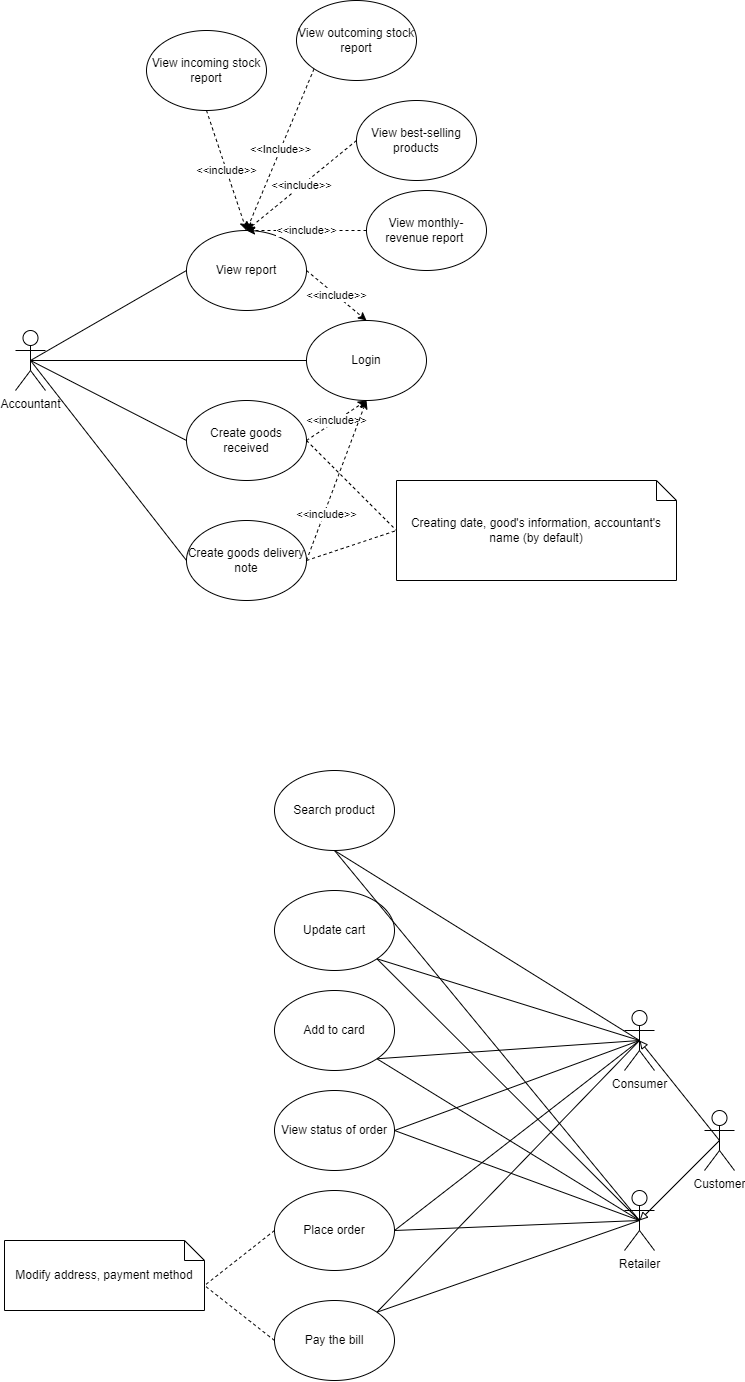
The draw.io diagram Use case diagram.drawio.png in npptGithub/software-engineering-finalproject, before a commit. Source tidied: cells renumbered, new cells last; positions are measured from the earlier drawing's top-left corner, leaving out a move shared by most shapes.
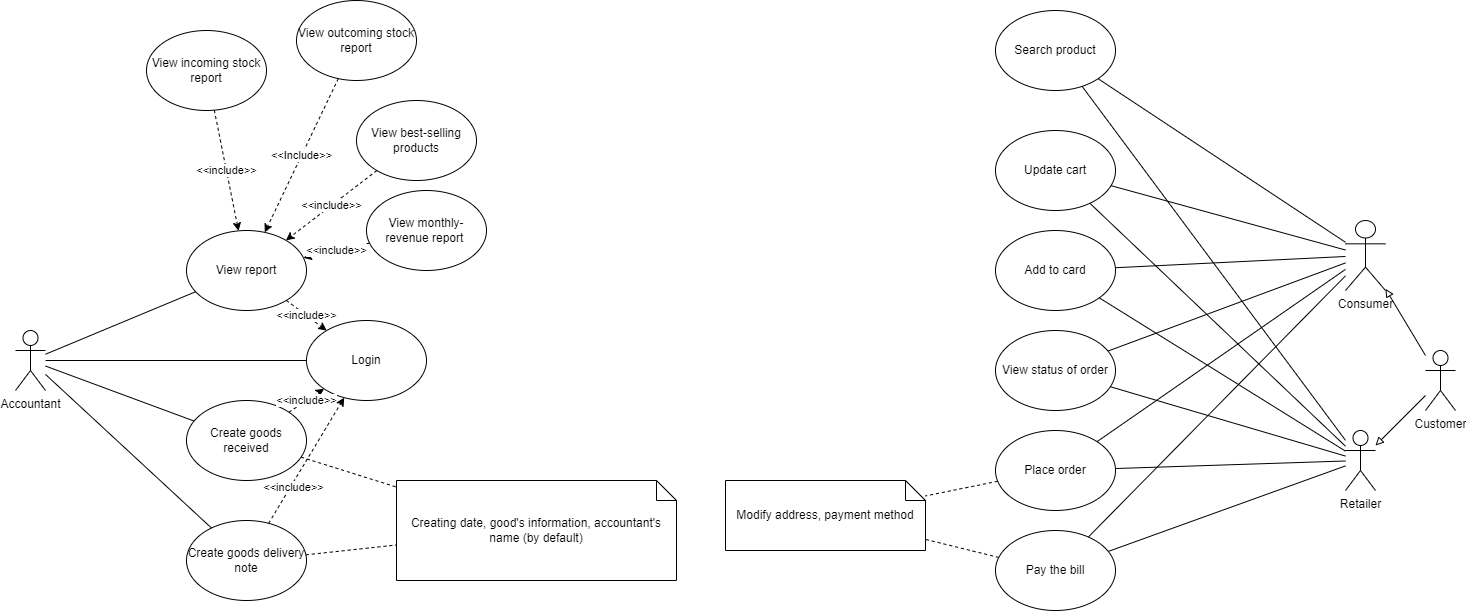
The same file after the commit.

The edit, as a diff of the source:
```diff
@@ -17,19 +17,19 @@
     <mxCell id="6" value="Create goods delivery note" style="ellipse;whiteSpace=wrap;html=1;" parent="1" vertex="1">
       <mxGeometry x="182" y="520" width="120" height="80" as="geometry" />
     </mxCell>
-    <mxCell id="7" style="endArrow=none;html=1;rounded=0;exitX=0.5;exitY=0.5;exitDx=0;exitDy=0;exitPerimeter=0;entryX=0;entryY=0.5;entryDx=0;entryDy=0;endFill=0;" parent="1" edge="1" source="2" target="3">
+    <mxCell id="7" style="endArrow=none;html=1;rounded=0;endFill=0;" parent="1" edge="1" source="2" target="3">
       <mxGeometry relative="1" as="geometry" />
     </mxCell>
-    <mxCell id="8" style="endArrow=none;html=1;rounded=0;exitX=0.5;exitY=0.5;exitDx=0;exitDy=0;exitPerimeter=0;entryX=0;entryY=0.5;entryDx=0;entryDy=0;endFill=0;" parent="1" edge="1" source="2" target="4">
+    <mxCell id="8" style="endArrow=none;html=1;rounded=0;endFill=0;" parent="1" edge="1" source="2" target="4">
       <mxGeometry relative="1" as="geometry" />
     </mxCell>
-    <mxCell id="9" style="endArrow=none;html=1;rounded=0;exitX=0.5;exitY=0.5;exitDx=0;exitDy=0;exitPerimeter=0;entryX=0;entryY=0.5;entryDx=0;entryDy=0;endFill=0;" parent="1" edge="1" source="2" target="5">
+    <mxCell id="9" style="endArrow=none;html=1;rounded=0;endFill=0;" parent="1" edge="1" source="2" target="5">
       <mxGeometry relative="1" as="geometry" />
     </mxCell>
-    <mxCell id="10" style="endArrow=none;html=1;rounded=0;exitX=0.5;exitY=0.5;exitDx=0;exitDy=0;exitPerimeter=0;entryX=0;entryY=0.5;entryDx=0;entryDy=0;endFill=0;" parent="1" edge="1" source="2" target="6">
+    <mxCell id="10" style="endArrow=none;html=1;rounded=0;endFill=0;" parent="1" edge="1" source="2" target="6">
       <mxGeometry relative="1" as="geometry" />
     </mxCell>
-    <mxCell id="11" value="&amp;lt;&amp;lt;include&amp;gt;&amp;gt;" style="endArrow=classic;html=1;rounded=0;entryX=0.5;entryY=0;entryDx=0;entryDy=0;exitX=0.5;exitY=1;exitDx=0;exitDy=0;dashed=1;" parent="1" edge="1" source="12" target="4">
+    <mxCell id="11" value="&amp;lt;&amp;lt;include&amp;gt;&amp;gt;" style="endArrow=classic;html=1;rounded=0;dashed=1;" parent="1" edge="1" source="12" target="4">
       <mxGeometry relative="1" as="geometry" />
     </mxCell>
     <mxCell id="12" value="View incoming stock report" style="ellipse;whiteSpace=wrap;html=1;" parent="1" vertex="1">
@@ -38,117 +38,117 @@
     <mxCell id="13" value="View outcoming stock report" style="ellipse;whiteSpace=wrap;html=1;" parent="1" vertex="1">
       <mxGeometry x="292" width="120" height="80" as="geometry" />
     </mxCell>
-    <mxCell id="14" value="&amp;lt;&amp;lt;Include&amp;gt;&amp;gt;" style="endArrow=classic;html=1;rounded=0;entryX=0.5;entryY=0;entryDx=0;entryDy=0;exitX=0;exitY=1;exitDx=0;exitDy=0;dashed=1;" parent="1" edge="1" source="13" target="4">
+    <mxCell id="14" value="&amp;lt;&amp;lt;Include&amp;gt;&amp;gt;" style="endArrow=classic;html=1;rounded=0;dashed=1;" parent="1" edge="1" source="13" target="4">
       <mxGeometry relative="1" as="geometry" />
     </mxCell>
     <mxCell id="15" value="View best-selling products" style="ellipse;whiteSpace=wrap;html=1;" parent="1" vertex="1">
       <mxGeometry x="352" y="100" width="120" height="80" as="geometry" />
     </mxCell>
-    <mxCell id="16" value="&amp;lt;&amp;lt;include&amp;gt;&amp;gt;" style="endArrow=classic;html=1;rounded=0;entryX=0.5;entryY=0;entryDx=0;entryDy=0;exitX=0;exitY=0.5;exitDx=0;exitDy=0;dashed=1;" parent="1" edge="1" source="15" target="4">
+    <mxCell id="16" value="&amp;lt;&amp;lt;include&amp;gt;&amp;gt;" style="endArrow=classic;html=1;rounded=0;dashed=1;" parent="1" edge="1" source="15" target="4">
       <mxGeometry relative="1" as="geometry" />
     </mxCell>
     <mxCell id="17" value="View monthly-revenue report&amp;nbsp;" style="ellipse;whiteSpace=wrap;html=1;" parent="1" vertex="1">
       <mxGeometry x="362" y="190" width="120" height="80" as="geometry" />
     </mxCell>
-    <mxCell id="18" value="&amp;lt;&amp;lt;include&amp;gt;&amp;gt;" style="endArrow=classic;html=1;rounded=0;entryX=0.5;entryY=0;entryDx=0;entryDy=0;exitX=0;exitY=0.5;exitDx=0;exitDy=0;dashed=1;" parent="1" edge="1" source="17" target="4">
+    <mxCell id="18" value="&amp;lt;&amp;lt;include&amp;gt;&amp;gt;" style="endArrow=classic;html=1;rounded=0;dashed=1;" parent="1" edge="1" source="17" target="4">
       <mxGeometry relative="1" as="geometry" />
     </mxCell>
-    <mxCell id="19" value="&amp;lt;&amp;lt;include&amp;gt;&amp;gt;" style="endArrow=classic;html=1;rounded=0;exitX=1;exitY=0.5;exitDx=0;exitDy=0;entryX=0.5;entryY=0;entryDx=0;entryDy=0;dashed=1;" parent="1" edge="1" source="4" target="3">
+    <mxCell id="19" value="&amp;lt;&amp;lt;include&amp;gt;&amp;gt;" style="endArrow=classic;html=1;rounded=0;dashed=1;" parent="1" edge="1" source="4" target="3">
       <mxGeometry relative="1" as="geometry" />
     </mxCell>
-    <mxCell id="20" value="&amp;lt;&amp;lt;include&amp;gt;&amp;gt;" style="endArrow=classic;html=1;rounded=0;entryX=0.5;entryY=1;entryDx=0;entryDy=0;exitX=1;exitY=0.5;exitDx=0;exitDy=0;dashed=1;" parent="1" edge="1" source="5" target="3">
+    <mxCell id="20" value="&amp;lt;&amp;lt;include&amp;gt;&amp;gt;" style="endArrow=classic;html=1;rounded=0;dashed=1;" parent="1" edge="1" source="5" target="3">
       <mxGeometry relative="1" as="geometry" />
     </mxCell>
-    <mxCell id="21" value="&amp;lt;&amp;lt;include&amp;gt;&amp;gt;" style="endArrow=classic;html=1;rounded=0;entryX=0.5;entryY=1;entryDx=0;entryDy=0;exitX=1;exitY=0.5;exitDx=0;exitDy=0;dashed=1;" parent="1" edge="1" source="6" target="3">
+    <mxCell id="21" value="&amp;lt;&amp;lt;include&amp;gt;&amp;gt;" style="endArrow=classic;html=1;rounded=0;dashed=1;" parent="1" edge="1" source="6" target="3">
       <mxGeometry x="-0.4" y="-2" relative="1" as="geometry">
         <mxPoint y="1" as="offset" />
       </mxGeometry>
     </mxCell>
     <mxCell id="22" value="Retailer" style="shape=umlActor;verticalLabelPosition=bottom;verticalAlign=top;html=1;outlineConnect=0;" parent="1" vertex="1">
-      <mxGeometry x="620" y="1190" width="30" height="60" as="geometry" />
+      <mxGeometry x="1341" y="430" width="30" height="60" as="geometry" />
     </mxCell>
     <mxCell id="23" value="Consumer" style="shape=umlActor;verticalLabelPosition=bottom;verticalAlign=top;html=1;outlineConnect=0;" parent="1" vertex="1">
-      <mxGeometry x="620" y="1010" width="30" height="60" as="geometry" />
+      <mxGeometry x="1341" y="220" width="40" height="70" as="geometry" />
     </mxCell>
-    <mxCell id="24" style="endArrow=none;html=1;rounded=0;entryX=1;entryY=1;entryDx=0;entryDy=0;exitX=0.5;exitY=0.5;exitDx=0;exitDy=0;exitPerimeter=0;endFill=0;" parent="1" edge="1" source="23" target="25">
+    <mxCell id="24" style="endArrow=none;html=1;rounded=0;endFill=0;" parent="1" edge="1" source="23" target="25">
       <mxGeometry relative="1" as="geometry" />
     </mxCell>
     <mxCell id="25" value="Add to card" style="ellipse;whiteSpace=wrap;html=1;" parent="1" vertex="1">
-      <mxGeometry x="270" y="990" width="120" height="80" as="geometry" />
+      <mxGeometry x="991" y="230" width="120" height="80" as="geometry" />
     </mxCell>
     <mxCell id="26" value="Search product" style="ellipse;whiteSpace=wrap;html=1;" parent="1" vertex="1">
-      <mxGeometry x="270" y="770" width="120" height="80" as="geometry" />
+      <mxGeometry x="991" y="10" width="120" height="80" as="geometry" />
     </mxCell>
     <mxCell id="27" value="Place order" style="ellipse;whiteSpace=wrap;html=1;" parent="1" vertex="1">
-      <mxGeometry x="270" y="1190" width="120" height="80" as="geometry" />
+      <mxGeometry x="991" y="430" width="120" height="80" as="geometry" />
     </mxCell>
     <mxCell id="28" value="Update cart" style="ellipse;whiteSpace=wrap;html=1;" parent="1" vertex="1">
-      <mxGeometry x="270" y="890" width="120" height="80" as="geometry" />
+      <mxGeometry x="991" y="130" width="120" height="80" as="geometry" />
     </mxCell>
-    <mxCell id="29" style="endArrow=none;html=1;rounded=0;entryX=1;entryY=0;entryDx=0;entryDy=0;exitX=0.5;exitY=0.5;exitDx=0;exitDy=0;exitPerimeter=0;endFill=0;" parent="1" edge="1" source="23" target="48">
+    <mxCell id="29" style="endArrow=none;html=1;rounded=0;endFill=0;" parent="1" edge="1" source="23" target="48">
       <mxGeometry relative="1" as="geometry" />
     </mxCell>
-    <mxCell id="30" style="endArrow=none;html=1;rounded=0;entryX=1;entryY=1;entryDx=0;entryDy=0;exitX=0.5;exitY=0.5;exitDx=0;exitDy=0;exitPerimeter=0;endFill=0;" parent="1" edge="1" source="23" target="28">
+    <mxCell id="30" style="endArrow=none;html=1;rounded=0;endFill=0;" parent="1" edge="1" source="23" target="28">
       <mxGeometry relative="1" as="geometry" />
     </mxCell>
-    <mxCell id="31" style="endArrow=none;html=1;rounded=0;entryX=1;entryY=0.5;entryDx=0;entryDy=0;exitX=0.5;exitY=0.5;exitDx=0;exitDy=0;exitPerimeter=0;endFill=0;" parent="1" edge="1" source="23" target="27">
+    <mxCell id="31" style="endArrow=none;html=1;rounded=0;endFill=0;" parent="1" edge="1" source="23" target="27">
       <mxGeometry relative="1" as="geometry" />
     </mxCell>
-    <mxCell id="32" style="endArrow=none;html=1;rounded=0;entryX=0.5;entryY=1;entryDx=0;entryDy=0;exitX=0.5;exitY=0.5;exitDx=0;exitDy=0;exitPerimeter=0;endFill=0;" parent="1" edge="1" source="23" target="26">
+    <mxCell id="32" style="endArrow=none;html=1;rounded=0;endFill=0;" parent="1" edge="1" source="23" target="26">
       <mxGeometry relative="1" as="geometry" />
     </mxCell>
     <mxCell id="33" value="View status of order" style="ellipse;whiteSpace=wrap;html=1;" parent="1" vertex="1">
-      <mxGeometry x="270" y="1090" width="120" height="80" as="geometry" />
+      <mxGeometry x="991" y="330" width="120" height="80" as="geometry" />
     </mxCell>
-    <mxCell id="34" style="endArrow=none;html=1;rounded=0;exitX=0.5;exitY=0.5;exitDx=0;exitDy=0;exitPerimeter=0;entryX=1;entryY=0.5;entryDx=0;entryDy=0;endFill=0;" parent="1" edge="1" source="23" target="33">
+    <mxCell id="34" style="endArrow=none;html=1;rounded=0;endFill=0;" parent="1" edge="1" source="23" target="33">
       <mxGeometry relative="1" as="geometry" />
     </mxCell>
     <mxCell id="35" value="Customer" style="shape=umlActor;verticalLabelPosition=bottom;verticalAlign=top;html=1;outlineConnect=0;" parent="1" vertex="1">
-      <mxGeometry x="700" y="1110" width="30" height="60" as="geometry" />
+      <mxGeometry x="1421" y="350" width="30" height="60" as="geometry" />
     </mxCell>
-    <mxCell id="36" style="endArrow=none;html=1;rounded=0;entryX=1;entryY=0.5;entryDx=0;entryDy=0;exitX=0.5;exitY=0.5;exitDx=0;exitDy=0;exitPerimeter=0;endFill=0;" parent="1" edge="1" source="22" target="27">
+    <mxCell id="36" style="endArrow=none;html=1;rounded=0;endFill=0;" parent="1" edge="1" source="22" target="27">
       <mxGeometry relative="1" as="geometry" />
     </mxCell>
-    <mxCell id="37" style="endArrow=none;html=1;rounded=0;entryX=0.5;entryY=1;entryDx=0;entryDy=0;exitX=0.5;exitY=0.5;exitDx=0;exitDy=0;exitPerimeter=0;endFill=0;" parent="1" edge="1" source="22" target="26">
+    <mxCell id="37" style="endArrow=none;html=1;rounded=0;endFill=0;" parent="1" edge="1" source="22" target="26">
       <mxGeometry relative="1" as="geometry" />
     </mxCell>
-    <mxCell id="38" style="endArrow=none;html=1;rounded=0;entryX=1;entryY=1;entryDx=0;entryDy=0;exitX=0.5;exitY=0.5;exitDx=0;exitDy=0;exitPerimeter=0;endFill=0;" parent="1" edge="1" source="22" target="28">
+    <mxCell id="38" style="endArrow=none;html=1;rounded=0;endFill=0;" parent="1" edge="1" source="22" target="28">
       <mxGeometry relative="1" as="geometry" />
     </mxCell>
-    <mxCell id="39" style="endArrow=none;html=1;rounded=0;entryX=1;entryY=1;entryDx=0;entryDy=0;exitX=0.5;exitY=0.5;exitDx=0;exitDy=0;exitPerimeter=0;endFill=0;" parent="1" edge="1" source="22" target="25">
+    <mxCell id="39" style="endArrow=none;html=1;rounded=0;endFill=0;" parent="1" edge="1" source="22" target="25">
       <mxGeometry relative="1" as="geometry" />
     </mxCell>
-    <mxCell id="40" style="endArrow=none;html=1;rounded=0;entryX=1;entryY=0.5;entryDx=0;entryDy=0;exitX=0.5;exitY=0.5;exitDx=0;exitDy=0;exitPerimeter=0;endFill=0;" parent="1" edge="1" source="22" target="33">
+    <mxCell id="40" style="endArrow=none;html=1;rounded=0;endFill=0;" parent="1" edge="1" source="22" target="33">
       <mxGeometry relative="1" as="geometry" />
     </mxCell>
-    <mxCell id="41" style="endArrow=none;html=1;rounded=0;entryX=1;entryY=0;entryDx=0;entryDy=0;exitX=0.5;exitY=0.5;exitDx=0;exitDy=0;exitPerimeter=0;endFill=0;" parent="1" edge="1" source="22" target="48">
+    <mxCell id="41" style="endArrow=none;html=1;rounded=0;endFill=0;" parent="1" edge="1" source="22" target="48">
       <mxGeometry relative="1" as="geometry" />
     </mxCell>
-    <mxCell id="42" style="endArrow=block;html=1;rounded=0;exitX=0.5;exitY=0.5;exitDx=0;exitDy=0;exitPerimeter=0;entryX=0.5;entryY=0.5;entryDx=0;entryDy=0;entryPerimeter=0;endFill=0;" parent="1" edge="1" source="35" target="23">
+    <mxCell id="42" style="endArrow=block;html=1;rounded=0;endFill=0;" parent="1" edge="1" source="35" target="23">
       <mxGeometry relative="1" as="geometry" />
     </mxCell>
-    <mxCell id="43" style="endArrow=block;html=1;rounded=0;entryX=0.5;entryY=0.5;entryDx=0;entryDy=0;entryPerimeter=0;exitX=0.5;exitY=0.5;exitDx=0;exitDy=0;exitPerimeter=0;endFill=0;" parent="1" edge="1" source="35" target="22">
+    <mxCell id="43" style="endArrow=block;html=1;rounded=0;endFill=0;" parent="1" edge="1" source="35" target="22">
       <mxGeometry relative="1" as="geometry" />
     </mxCell>
     <mxCell id="44" value="Creating date, good's information, accountant's name (by default)" style="shape=note;size=20;whiteSpace=wrap;html=1;" parent="1" vertex="1">
       <mxGeometry x="392" y="480" width="280" height="100" as="geometry" />
     </mxCell>
     <mxCell id="45" value="Modify address, payment method" style="shape=note;size=20;whiteSpace=wrap;html=1;" parent="1" vertex="1">
-      <mxGeometry y="1240" width="200" height="70" as="geometry" />
+      <mxGeometry x="721" y="480" width="200" height="70" as="geometry" />
     </mxCell>
-    <mxCell id="46" style="endArrow=none;html=1;rounded=0;entryX=0;entryY=0;entryDx=200;entryDy=45;entryPerimeter=0;exitX=0;exitY=0.5;exitDx=0;exitDy=0;dashed=1;startArrow=none;" parent="1" edge="1" source="48" target="45">
+    <mxCell id="46" style="endArrow=none;html=1;rounded=0;dashed=1;startArrow=none;" parent="1" edge="1" source="48" target="45">
       <mxGeometry relative="1" as="geometry" />
     </mxCell>
-    <mxCell id="47" style="endArrow=none;html=1;rounded=0;entryX=0;entryY=0;entryDx=200;entryDy=45;entryPerimeter=0;exitX=0;exitY=0.5;exitDx=0;exitDy=0;dashed=1;" parent="1" edge="1" source="27" target="45">
+    <mxCell id="47" style="endArrow=none;html=1;rounded=0;dashed=1;" parent="1" edge="1" source="27" target="45">
       <mxGeometry relative="1" as="geometry" />
     </mxCell>
     <mxCell id="48" value="Pay the bill" style="ellipse;whiteSpace=wrap;html=1;" parent="1" vertex="1">
-      <mxGeometry x="270" y="1300" width="120" height="80" as="geometry" />
+      <mxGeometry x="991" y="530" width="120" height="80" as="geometry" />
     </mxCell>
-    <mxCell id="49" style="endArrow=none;html=1;rounded=0;dashed=1;exitX=1;exitY=0.5;exitDx=0;exitDy=0;entryX=0;entryY=0.5;entryDx=0;entryDy=0;entryPerimeter=0;" parent="1" edge="1" source="5" target="44">
+    <mxCell id="49" style="endArrow=none;html=1;rounded=0;dashed=1;" parent="1" edge="1" source="5" target="44">
       <mxGeometry relative="1" as="geometry" />
     </mxCell>
-    <mxCell id="50" style="endArrow=none;html=1;rounded=0;dashed=1;exitX=1;exitY=0.5;exitDx=0;exitDy=0;entryX=0;entryY=0.5;entryDx=0;entryDy=0;entryPerimeter=0;" parent="1" edge="1" source="6" target="44">
+    <mxCell id="50" style="endArrow=none;html=1;rounded=0;dashed=1;" parent="1" edge="1" source="6" target="44">
       <mxGeometry relative="1" as="geometry" />
     </mxCell>
   </root>
```
